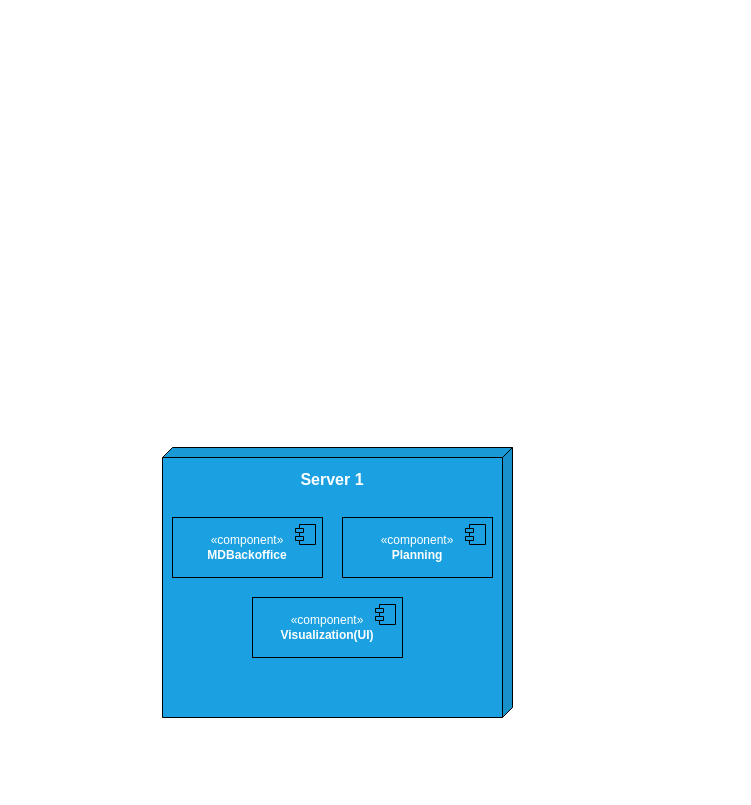
This is docs/sprint-2/team-decisions/views/physical-view/physical-vl2.drawio from rita-barbosa/LAPR5-2425, a draw.io file, before an edit. Source tidied: cells renumbered, new cells numbered last; positions are measured from the earlier drawing's top-left corner, leaving out a move shared by most shapes. Both pictures are drawn from the tidied source at 100%, with x=0, y=0 at pixel (162, 447).
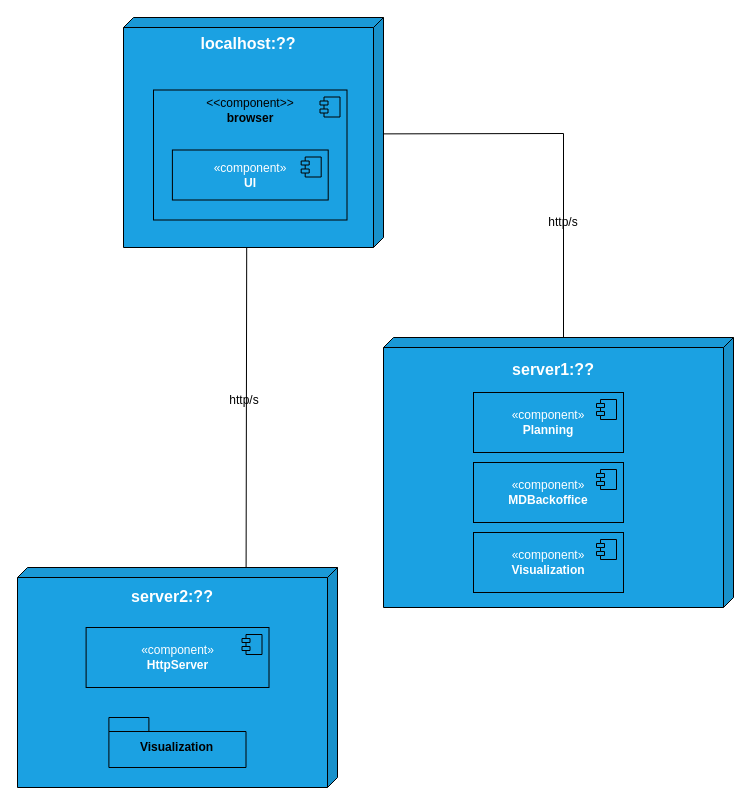
After the change.

Diff of the diagram source:
```diff
@@
+    <mxCell id="9" style="group;strokeColor=none;" parent="1" vertex="1">
+      <mxGeometry x="-39" y="-430" width="260" height="230" as="geometry" />
+    </mxCell>
+    <mxCell id="10" value="&lt;b&gt;&lt;font style=&quot;font-size: 16px;&quot;&gt;localhost:??&lt;/font&gt;&lt;/b&gt;&lt;div&gt;&lt;b&gt;&lt;br&gt;&lt;/b&gt;&lt;/div&gt;&lt;div&gt;&lt;br&gt;&lt;/div&gt;&lt;div&gt;&lt;b&gt;&lt;br&gt;&lt;/b&gt;&lt;/div&gt;&lt;div&gt;&lt;b&gt;&lt;br&gt;&lt;/b&gt;&lt;/div&gt;&lt;div&gt;&lt;b&gt;&lt;br&gt;&lt;/b&gt;&lt;/div&gt;&lt;div&gt;&lt;b&gt;&lt;br&gt;&lt;/b&gt;&lt;/div&gt;&lt;div&gt;&lt;b&gt;&lt;br&gt;&lt;/b&gt;&lt;/div&gt;&lt;div style=&quot;&quot;&gt;&lt;b&gt;&lt;br&gt;&lt;/b&gt;&lt;/div&gt;&lt;div style=&quot;&quot;&gt;&lt;b&gt;&lt;br&gt;&lt;/b&gt;&lt;/div&gt;&lt;div style=&quot;&quot;&gt;&lt;b&gt;&lt;br&gt;&lt;/b&gt;&lt;/div&gt;&lt;div style=&quot;&quot;&gt;&lt;b&gt;&lt;br&gt;&lt;/b&gt;&lt;/div&gt;&lt;div style=&quot;&quot;&gt;&lt;b&gt;&lt;br&gt;&lt;/b&gt;&lt;/div&gt;&lt;div style=&quot;&quot;&gt;&lt;br&gt;&lt;/div&gt;" style="shape=cube;whiteSpace=wrap;html=1;boundedLbl=1;backgroundOutline=1;darkOpacity=0.05;darkOpacity2=0.1;size=10;rotation=0;shadow=0;flipV=0;flipH=1;fillColor=#1ba1e2;fontColor=#ffffff;strokeColor=#000000;" parent="9" vertex="1">
+      <mxGeometry width="260" height="230" as="geometry" />
+    </mxCell>
+    <mxCell id="11" value="&lt;div style=&quot;&quot;&gt;&lt;br&gt;&lt;/div&gt;" style="html=1;whiteSpace=wrap;fillColor=#1ba1e2;fontColor=#ffffff;strokeColor=#000000;align=center;" parent="9" vertex="1">
+      <mxGeometry x="30" y="72.5" width="193.5" height="130" as="geometry" />
+    </mxCell>
+    <mxCell id="12" style="shape=module;jettyWidth=8;jettyHeight=4;fillColor=#1ba1e2;fontColor=#ffffff;strokeColor=#000000;" parent="11" vertex="1">
+      <mxGeometry x="1" width="20" height="20" relative="1" as="geometry">
+        <mxPoint x="-27" y="7" as="offset" />
+      </mxGeometry>
+    </mxCell>
+    <mxCell id="13" value="&lt;div&gt;&amp;lt;&amp;lt;component&amp;gt;&amp;gt;&lt;div&gt;&lt;span style=&quot;background-color: initial;&quot;&gt;&lt;b&gt;browser&lt;/b&gt;&lt;/span&gt;&lt;/div&gt;&lt;/div&gt;" style="text;html=1;align=center;verticalAlign=middle;whiteSpace=wrap;rounded=0;fillColor=none;strokeColor=none;" parent="9" vertex="1">
+      <mxGeometry x="86.8" y="67.5" width="80" height="50" as="geometry" />
+    </mxCell>
+    <mxCell id="14" value="«component»&lt;br&gt;&lt;b&gt;UI&lt;/b&gt;" style="html=1;whiteSpace=wrap;fillColor=#1ba1e2;fontColor=#ffffff;strokeColor=#000000;" parent="9" vertex="1">
+      <mxGeometry x="48.9" y="132.5" width="155.8" height="50" as="geometry" />
+    </mxCell>
+    <mxCell id="15" style="shape=module;jettyWidth=8;jettyHeight=4;fillColor=#1ba1e2;fontColor=#ffffff;strokeColor=#000000;" parent="14" vertex="1">
+      <mxGeometry x="1" width="20" height="20" relative="1" as="geometry">
+        <mxPoint x="-27" y="7" as="offset" />
+      </mxGeometry>
+    </mxCell>
+    <mxCell id="16" style="group;" parent="1" vertex="1">
+      <mxGeometry x="221" y="-110" width="350" height="270" as="geometry" />
+    </mxCell>
-    <mxCell id="2" value="&lt;b&gt;&lt;font style=&quot;font-size: 16px;&quot;&gt;Server 1&lt;/font&gt;&lt;/b&gt;&lt;div&gt;&lt;b&gt;&lt;br&gt;&lt;/b&gt;&lt;/div&gt;&lt;div&gt;&lt;b&gt;&lt;br&gt;&lt;/b&gt;&lt;/div&gt;&lt;div&gt;&lt;b&gt;&lt;br&gt;&lt;/b&gt;&lt;/div&gt;&lt;div&gt;&lt;b&gt;&lt;br&gt;&lt;/b&gt;&lt;/div&gt;&lt;div&gt;&lt;b&gt;&lt;br&gt;&lt;/b&gt;&lt;/div&gt;&lt;div&gt;&lt;b&gt;&lt;br&gt;&lt;/b&gt;&lt;/div&gt;&lt;div&gt;&lt;b&gt;&lt;br&gt;&lt;/b&gt;&lt;/div&gt;&lt;div&gt;&lt;b&gt;&lt;br&gt;&lt;/b&gt;&lt;/div&gt;&lt;div style=&quot;&quot;&gt;&lt;b&gt;&lt;br&gt;&lt;/b&gt;&lt;/div&gt;&lt;div style=&quot;&quot;&gt;&lt;b&gt;&lt;br&gt;&lt;/b&gt;&lt;/div&gt;&lt;div style=&quot;&quot;&gt;&lt;b&gt;&lt;br&gt;&lt;/b&gt;&lt;/div&gt;&lt;div style=&quot;&quot;&gt;&lt;b&gt;&lt;br&gt;&lt;/b&gt;&lt;/div&gt;&lt;div style=&quot;&quot;&gt;&lt;b&gt;&lt;br&gt;&lt;/b&gt;&lt;/div&gt;&lt;div style=&quot;&quot;&gt;&lt;b&gt;&lt;br&gt;&lt;/b&gt;&lt;/div&gt;&lt;div style=&quot;&quot;&gt;&lt;b&gt;&lt;br&gt;&lt;/b&gt;&lt;/div&gt;" style="shape=cube;whiteSpace=wrap;html=1;boundedLbl=1;backgroundOutline=1;darkOpacity=0.05;darkOpacity2=0.1;size=10;rotation=0;shadow=0;flipV=0;flipH=1;fillColor=#1ba1e2;fontColor=#ffffff;strokeColor=#000000;" parent="1" vertex="1">
+    <mxCell id="2" value="&lt;b&gt;&lt;font style=&quot;font-size: 16px;&quot;&gt;server1&lt;/font&gt;&lt;/b&gt;&lt;b style=&quot;background-color: initial;&quot;&gt;&lt;font style=&quot;font-size: 16px;&quot;&gt;:??&lt;/font&gt;&lt;/b&gt;&lt;div&gt;&lt;div&gt;&lt;b&gt;&lt;br&gt;&lt;/b&gt;&lt;/div&gt;&lt;div&gt;&lt;b&gt;&lt;br&gt;&lt;/b&gt;&lt;/div&gt;&lt;div&gt;&lt;b&gt;&lt;br&gt;&lt;/b&gt;&lt;/div&gt;&lt;div&gt;&lt;b&gt;&lt;br&gt;&lt;/b&gt;&lt;/div&gt;&lt;div&gt;&lt;b&gt;&lt;br&gt;&lt;/b&gt;&lt;/div&gt;&lt;div&gt;&lt;b&gt;&lt;br&gt;&lt;/b&gt;&lt;/div&gt;&lt;div&gt;&lt;b&gt;&lt;br&gt;&lt;/b&gt;&lt;/div&gt;&lt;div&gt;&lt;b&gt;&lt;br&gt;&lt;/b&gt;&lt;/div&gt;&lt;div style=&quot;&quot;&gt;&lt;b&gt;&lt;br&gt;&lt;/b&gt;&lt;/div&gt;&lt;div style=&quot;&quot;&gt;&lt;b&gt;&lt;br&gt;&lt;/b&gt;&lt;/div&gt;&lt;div style=&quot;&quot;&gt;&lt;b&gt;&lt;br&gt;&lt;/b&gt;&lt;/div&gt;&lt;div style=&quot;&quot;&gt;&lt;b&gt;&lt;br&gt;&lt;/b&gt;&lt;/div&gt;&lt;div style=&quot;&quot;&gt;&lt;b&gt;&lt;br&gt;&lt;/b&gt;&lt;/div&gt;&lt;div style=&quot;&quot;&gt;&lt;b&gt;&lt;br&gt;&lt;/b&gt;&lt;/div&gt;&lt;div style=&quot;&quot;&gt;&lt;b&gt;&lt;br&gt;&lt;/b&gt;&lt;/div&gt;&lt;/div&gt;" style="shape=cube;whiteSpace=wrap;html=1;boundedLbl=1;backgroundOutline=1;darkOpacity=0.05;darkOpacity2=0.1;size=10;rotation=0;shadow=0;flipV=0;flipH=1;fillColor=#1ba1e2;fontColor=#ffffff;strokeColor=#000000;" parent="16" vertex="1">
       <mxGeometry width="350" height="270" as="geometry" />
     </mxCell>
-    <mxCell id="3" value="«component»&lt;br&gt;&lt;b&gt;MDBackoffice&lt;/b&gt;" style="html=1;whiteSpace=wrap;fillColor=#1ba1e2;fontColor=#ffffff;strokeColor=#000000;" parent="1" vertex="1">
-      <mxGeometry x="10" y="70" width="150" height="60" as="geometry" />
+    <mxCell id="3" value="«component»&lt;br&gt;&lt;b&gt;MDBackoffice&lt;/b&gt;" style="html=1;whiteSpace=wrap;fillColor=#1ba1e2;fontColor=#ffffff;strokeColor=#000000;" parent="16" vertex="1">
+      <mxGeometry x="90" y="125" width="150" height="60" as="geometry" />
     </mxCell>
@@
-    <mxCell id="5" value="«component»&lt;br&gt;&lt;b&gt;Visualization(UI)&lt;/b&gt;" style="html=1;whiteSpace=wrap;fillColor=#1ba1e2;fontColor=#ffffff;strokeColor=#000000;" parent="1" vertex="1">
-      <mxGeometry x="90" y="150" width="150" height="60" as="geometry" />
+    <mxCell id="5" value="«component»&lt;br&gt;&lt;b&gt;Visualization&lt;/b&gt;" style="html=1;whiteSpace=wrap;fillColor=#1ba1e2;fontColor=#ffffff;strokeColor=#000000;" parent="16" vertex="1">
+      <mxGeometry x="90" y="195" width="150" height="60" as="geometry" />
     </mxCell>
@@
-    <mxCell id="7" value="«component»&lt;br&gt;&lt;b&gt;Planning&lt;/b&gt;" style="html=1;whiteSpace=wrap;fillColor=#1ba1e2;fontColor=#ffffff;strokeColor=#000000;" parent="1" vertex="1">
-      <mxGeometry x="180" y="70" width="150" height="60" as="geometry" />
+    <mxCell id="7" value="«component»&lt;br&gt;&lt;b&gt;Planning&lt;/b&gt;" style="html=1;whiteSpace=wrap;fillColor=#1ba1e2;fontColor=#ffffff;strokeColor=#000000;" parent="16" vertex="1">
+      <mxGeometry x="90" y="55" width="150" height="60" as="geometry" />
     </mxCell>
@@
+    <mxCell id="17" style="group;" parent="1" vertex="1">
+      <mxGeometry x="-145" y="120" width="320" height="220" as="geometry" />
+    </mxCell>
+    <mxCell id="18" value="&lt;b&gt;&lt;font style=&quot;font-size: 16px;&quot;&gt;server2&lt;/font&gt;&lt;/b&gt;&lt;b style=&quot;background-color: initial;&quot;&gt;&lt;font style=&quot;font-size: 16px;&quot;&gt;:??&lt;/font&gt;&lt;/b&gt;&lt;div&gt;&lt;div&gt;&lt;b&gt;&lt;br&gt;&lt;/b&gt;&lt;/div&gt;&lt;div&gt;&lt;b&gt;&lt;br&gt;&lt;/b&gt;&lt;/div&gt;&lt;div&gt;&lt;b&gt;&lt;br&gt;&lt;/b&gt;&lt;/div&gt;&lt;div&gt;&lt;b&gt;&lt;br&gt;&lt;/b&gt;&lt;/div&gt;&lt;div&gt;&lt;b&gt;&lt;br&gt;&lt;/b&gt;&lt;/div&gt;&lt;div&gt;&lt;b&gt;&lt;br&gt;&lt;/b&gt;&lt;/div&gt;&lt;div&gt;&lt;b&gt;&lt;br&gt;&lt;/b&gt;&lt;/div&gt;&lt;div&gt;&lt;b&gt;&lt;br&gt;&lt;/b&gt;&lt;/div&gt;&lt;div style=&quot;&quot;&gt;&lt;b&gt;&lt;br&gt;&lt;/b&gt;&lt;/div&gt;&lt;div style=&quot;&quot;&gt;&lt;b&gt;&lt;br&gt;&lt;/b&gt;&lt;/div&gt;&lt;div style=&quot;&quot;&gt;&lt;b&gt;&lt;br&gt;&lt;/b&gt;&lt;/div&gt;&lt;div style=&quot;&quot;&gt;&lt;br&gt;&lt;/div&gt;&lt;/div&gt;" style="shape=cube;whiteSpace=wrap;html=1;boundedLbl=1;backgroundOutline=1;darkOpacity=0.05;darkOpacity2=0.1;size=10;rotation=0;shadow=0;flipV=0;flipH=1;fillColor=#1ba1e2;fontColor=#ffffff;strokeColor=#000000;" parent="17" vertex="1">
+      <mxGeometry width="320" height="220" as="geometry" />
+    </mxCell>
+    <mxCell id="19" value="«component»&lt;br&gt;&lt;b&gt;HttpServer&lt;/b&gt;" style="html=1;whiteSpace=wrap;fillColor=#1ba1e2;fontColor=#ffffff;strokeColor=#000000;" parent="17" vertex="1">
+      <mxGeometry x="68.6" y="60" width="182.9" height="60" as="geometry" />
+    </mxCell>
+    <mxCell id="20" style="shape=module;jettyWidth=8;jettyHeight=4;fillColor=#1ba1e2;fontColor=#ffffff;strokeColor=#000000;" parent="19" vertex="1">
+      <mxGeometry x="1" width="20" height="20" relative="1" as="geometry">
+        <mxPoint x="-27" y="7" as="offset" />
+      </mxGeometry>
+    </mxCell>
+    <mxCell id="21" value="Visualization" style="shape=folder;fontStyle=1;spacingTop=10;tabWidth=40;tabHeight=14;tabPosition=left;html=1;whiteSpace=wrap;fillColor=#1BA1E2;strokeColor=#000000;" parent="17" vertex="1">
+      <mxGeometry x="91.4" y="150" width="137.1" height="50" as="geometry" />
+    </mxCell>
+    <mxCell id="22" style="endArrow=none;startArrow=none;endFill=0;startFill=0;endSize=8;html=1;verticalAlign=bottom;labelBackgroundColor=none;strokeWidth=1;rounded=0;exitX=0;exitY=0;exitDx=135;exitDy=230;exitPerimeter=0;entryX=0.28;entryY=0.002;entryDx=0;entryDy=0;entryPerimeter=0;" parent="1" edge="1">
+      <mxGeometry relative="1" as="geometry">
+        <mxPoint x="84.2" y="-200" as="sourcePoint" />
+        <mxPoint x="83.6" y="120.4" as="targetPoint" />
+      </mxGeometry>
+    </mxCell>
+    <mxCell id="23" style="edgeLabel;html=1;align=center;verticalAlign=middle;fillColor=none;strokeColor=#000000;" parent="22" vertex="1">
+      <mxGeometry x="-0.14" y="2" relative="1" as="geometry">
+        <mxPoint x="-2" y="-1" as="offset" />
+      </mxGeometry>
+    </mxCell>
+    <mxCell id="24" style="endArrow=none;startArrow=none;endFill=0;startFill=0;endSize=8;html=1;verticalAlign=bottom;labelBackgroundColor=none;strokeWidth=1;rounded=0;exitX=0.002;exitY=0.506;exitDx=0;exitDy=0;exitPerimeter=0;entryX=0;entryY=0;entryDx=170;entryDy=0;entryPerimeter=0;" parent="1" edge="1" source="10" target="2">
+      <mxGeometry relative="1" as="geometry">
+        <Array as="points">
+          <mxPoint x="401" y="-314" />
+        </Array>
+      </mxGeometry>
+    </mxCell>
+    <mxCell id="25" value="&lt;div&gt;http/s&lt;/div&gt;" style="text;html=1;align=center;verticalAlign=middle;whiteSpace=wrap;rounded=0;fillColor=none;strokeColor=none;" parent="1" vertex="1">
+      <mxGeometry x="42" y="-72" width="80" height="50" as="geometry" />
+    </mxCell>
+    <mxCell id="26" value="&lt;div&gt;http/s&lt;/div&gt;" style="text;html=1;align=center;verticalAlign=middle;whiteSpace=wrap;rounded=0;fillColor=none;strokeColor=none;" parent="1" vertex="1">
+      <mxGeometry x="361" y="-250" width="80" height="50" as="geometry" />
+    </mxCell>
```
